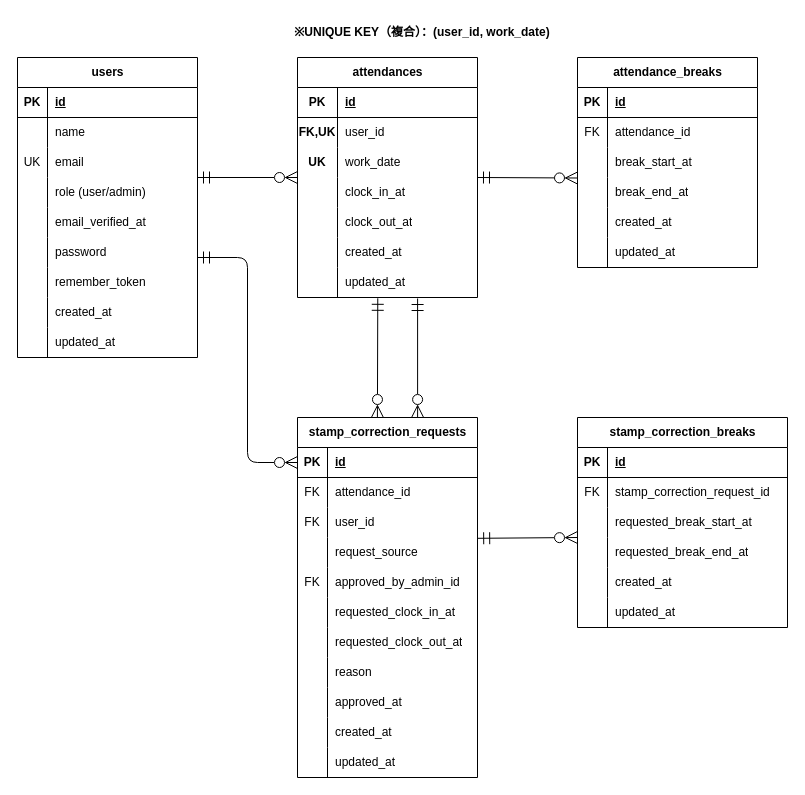
The draw.io diagram er_diagram.drawio in yakhrc5/Attendance-App, before the edit. Source tidied: cells renumbered, new cells numbered last; positions are measured from the earlier drawing's top-left corner, leaving out a move shared by most shapes. Both pictures are drawn from the tidied source at 100%, with x=0, y=0 at pixel (17, 17).
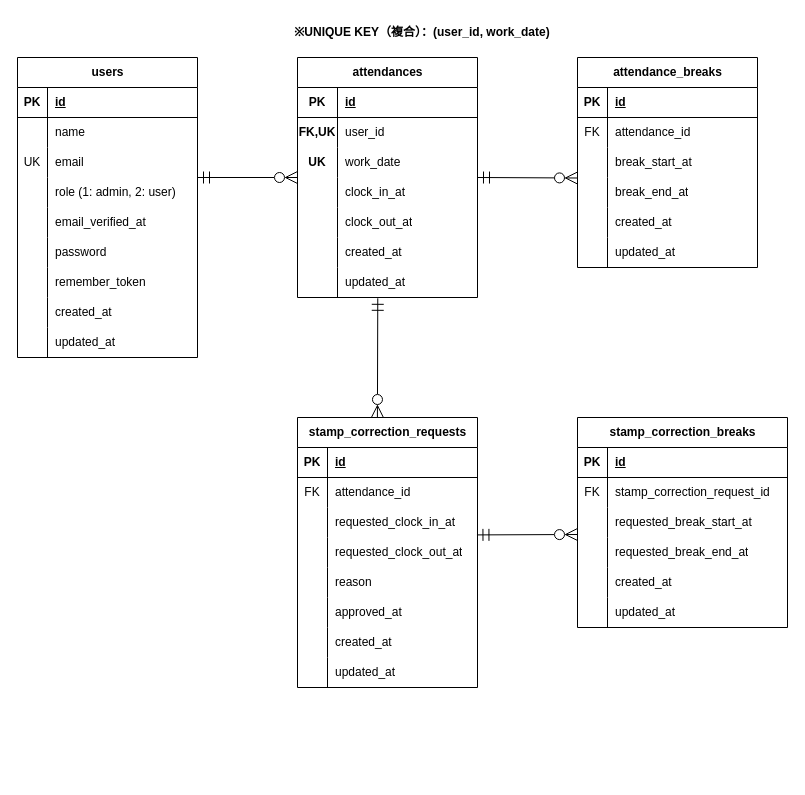
After the change.

The change refers to these unchanged cells:
```xml
<mxCell id="13" style="shape=tableRow;horizontal=0;startSize=0;swimlaneHead=0;swimlaneBody=0;fillColor=none;top=0;left=0;right=0;bottom=0;" parent="3" vertex="1">
  <mxGeometry y="120" width="180" height="30" as="geometry" />
</mxCell>
<mxCell id="19" style="shape=tableRow;horizontal=0;startSize=0;swimlaneHead=0;swimlaneBody=0;fillColor=none;points=[[0,0.5],[1,0.5]];portConstraint=eastwest;top=0;left=0;right=0;bottom=0;" parent="3" vertex="1">
  <mxGeometry y="180" width="180" height="30" as="geometry" />
</mxCell>
<mxCell id="51" style="shape=tableRow;horizontal=0;startSize=0;swimlaneHead=0;swimlaneBody=0;fillColor=none;points=[[0,0.5],[1,0.5]];portConstraint=eastwest;top=0;left=0;right=0;bottom=1;" parent="50" vertex="1">
  <mxGeometry y="30" width="180" height="30" as="geometry" />
</mxCell>
<mxCell id="94" style="shape=tableRow;horizontal=0;startSize=0;swimlaneHead=0;swimlaneBody=0;fillColor=none;points=[[0,0.5],[1,0.5]];portConstraint=eastwest;top=0;left=0;right=0;bottom=0;" parent="84" vertex="1">
  <mxGeometry y="120" width="210" height="30" as="geometry" />
</mxCell>
```

The edit, as a diff of the source:
```diff
@@
-    <mxCell id="2" style="edgeStyle=none;html=1;entryX=0;entryY=0.5;entryDx=0;entryDy=0;targetPerimeterSpacing=0;startArrow=ERmandOne;startFill=0;endArrow=ERzeroToMany;endFill=0;endSize=10;startSize=10;exitX=1;exitY=0.667;exitDx=0;exitDy=0;exitPerimeter=0;" parent="1" edge="1" source="19" target="51">
-      <mxGeometry relative="1" as="geometry">
-        <Array as="points">
-          <mxPoint x="230" y="240" />
-          <mxPoint x="230" y="445" />
-        </Array>
-      </mxGeometry>
-    </mxCell>
@@
-    <mxCell id="15" value="role&amp;nbsp;(user/admin)" style="shape=partialRectangle;fillColor=none;top=0;left=0;bottom=0;right=0;align=left;spacingLeft=6;overflow=hidden;whiteSpace=wrap;html=1;" parent="13" vertex="1">
+    <mxCell id="15" value="role&amp;nbsp;(1: admin, 2: user)" style="shape=partialRectangle;fillColor=none;top=0;left=0;bottom=0;right=0;align=left;spacingLeft=6;overflow=hidden;whiteSpace=wrap;html=1;" parent="13" vertex="1">
       <mxGeometry x="30" width="150" height="30" as="geometry" />
     </mxCell>
@@
     <mxCell id="50" value="stamp_correction_requests" style="shape=table;startSize=30;childLayout=tableLayout;rowLines=0;fontStyle=1;align=center;html=1;" parent="1" vertex="1">
-      <mxGeometry x="280" y="400" width="180" height="360" as="geometry" />
+      <mxGeometry x="280" y="400" width="180" height="270" as="geometry" />
     </mxCell>
@@
-    <mxCell id="57" style="shape=tableRow;horizontal=0;startSize=0;swimlaneHead=0;swimlaneBody=0;fillColor=none;points=[[0,0.5],[1,0.5]];portConstraint=eastwest;top=0;left=0;right=0;bottom=0;" parent="50" vertex="1">
-      <mxGeometry y="90" width="180" height="30" as="geometry" />
-    </mxCell>
-    <mxCell id="58" value="FK" style="shape=partialRectangle;fillColor=none;top=0;left=0;bottom=0;right=0;overflow=hidden;whiteSpace=wrap;html=1;" parent="57" vertex="1">
-      <mxGeometry width="30" height="30" as="geometry" />
-    </mxCell>
-    <mxCell id="59" value="user_id" style="shape=partialRectangle;fillColor=none;top=0;left=0;bottom=0;right=0;align=left;spacingLeft=6;overflow=hidden;whiteSpace=wrap;html=1;" parent="57" vertex="1">
-      <mxGeometry x="30" width="150" height="30" as="geometry" />
-    </mxCell>
-    <mxCell id="60" style="shape=tableRow;horizontal=0;startSize=0;swimlaneHead=0;swimlaneBody=0;fillColor=none;top=0;left=0;right=0;bottom=0;" parent="50" vertex="1">
-      <mxGeometry y="120" width="180" height="30" as="geometry" />
-    </mxCell>
-    <mxCell id="61" style="shape=partialRectangle;fillColor=none;top=0;left=0;bottom=0;right=0;overflow=hidden;whiteSpace=wrap;html=1;" parent="60" vertex="1">
-      <mxGeometry width="30" height="30" as="geometry" />
-    </mxCell>
-    <mxCell id="62" value="request_source" style="shape=partialRectangle;fillColor=none;top=0;left=0;bottom=0;right=0;align=left;spacingLeft=6;overflow=hidden;whiteSpace=wrap;html=1;" parent="60" vertex="1">
-      <mxGeometry x="30" width="150" height="30" as="geometry" />
-    </mxCell>
-    <mxCell id="63" style="shape=tableRow;horizontal=0;startSize=0;swimlaneHead=0;swimlaneBody=0;fillColor=none;top=0;left=0;right=0;bottom=0;" parent="50" vertex="1">
-      <mxGeometry y="150" width="180" height="30" as="geometry" />
-    </mxCell>
-    <mxCell id="64" value="FK" style="shape=partialRectangle;fillColor=none;top=0;left=0;bottom=0;right=0;overflow=hidden;whiteSpace=wrap;html=1;" parent="63" vertex="1">
-      <mxGeometry width="30" height="30" as="geometry" />
-    </mxCell>
-    <mxCell id="65" value="approved_by_admin_id&amp;nbsp;" style="shape=partialRectangle;fillColor=none;top=0;left=0;bottom=0;right=0;align=left;spacingLeft=6;overflow=hidden;whiteSpace=wrap;html=1;" parent="63" vertex="1">
-      <mxGeometry x="30" width="150" height="30" as="geometry" />
-    </mxCell>
     <mxCell id="66" style="shape=tableRow;horizontal=0;startSize=0;swimlaneHead=0;swimlaneBody=0;fillColor=none;top=0;left=0;right=0;bottom=0;" parent="50" vertex="1">
-      <mxGeometry y="180" width="180" height="30" as="geometry" />
+      <mxGeometry y="90" width="180" height="30" as="geometry" />
     </mxCell>
@@
     <mxCell id="69" style="shape=tableRow;horizontal=0;startSize=0;swimlaneHead=0;swimlaneBody=0;fillColor=none;points=[[0,0.5],[1,0.5]];portConstraint=eastwest;top=0;left=0;right=0;bottom=0;" parent="50" vertex="1">
-      <mxGeometry y="210" width="180" height="30" as="geometry" />
+      <mxGeometry y="120" width="180" height="30" as="geometry" />
     </mxCell>
@@
     <mxCell id="72" style="shape=tableRow;horizontal=0;startSize=0;swimlaneHead=0;swimlaneBody=0;fillColor=none;top=0;left=0;right=0;bottom=0;" parent="50" vertex="1">
-      <mxGeometry y="240" width="180" height="30" as="geometry" />
+      <mxGeometry y="150" width="180" height="30" as="geometry" />
     </mxCell>
@@
     <mxCell id="75" style="shape=tableRow;horizontal=0;startSize=0;swimlaneHead=0;swimlaneBody=0;fillColor=none;top=0;left=0;right=0;bottom=0;" parent="50" vertex="1">
-      <mxGeometry y="270" width="180" height="30" as="geometry" />
+      <mxGeometry y="180" width="180" height="30" as="geometry" />
     </mxCell>
@@
     <mxCell id="78" style="shape=tableRow;horizontal=0;startSize=0;swimlaneHead=0;swimlaneBody=0;fillColor=none;top=0;left=0;right=0;bottom=0;" parent="50" vertex="1">
-      <mxGeometry y="300" width="180" height="30" as="geometry" />
+      <mxGeometry y="210" width="180" height="30" as="geometry" />
     </mxCell>
@@
     <mxCell id="81" style="shape=tableRow;horizontal=0;startSize=0;swimlaneHead=0;swimlaneBody=0;fillColor=none;top=0;left=0;right=0;bottom=0;" parent="50" vertex="1">
-      <mxGeometry y="330" width="180" height="30" as="geometry" />
+      <mxGeometry y="240" width="180" height="30" as="geometry" />
     </mxCell>
@@
-    <mxCell id="129" style="edgeStyle=none;html=1;targetPerimeterSpacing=0;startArrow=ERzeroToMany;startFill=0;endArrow=ERmandOne;endFill=0;endSize=10;startSize=10;exitX=0;exitY=0;exitDx=0;exitDy=0;exitPerimeter=0;entryX=1.001;entryY=1.027;entryDx=0;entryDy=0;entryPerimeter=0;" parent="1" edge="1" source="94" target="57">
-      <mxGeometry relative="1" as="geometry" />
-    </mxCell>
@@
-    <mxCell id="131" style="edgeStyle=none;html=1;startArrow=ERmandOne;startFill=0;endArrow=ERzeroToMany;endFill=0;endSize=10;startSize=10;entryX=0.444;entryY=0;entryDx=0;entryDy=0;entryPerimeter=0;exitX=0.446;exitY=1.027;exitDx=0;exitDy=0;exitPerimeter=0;" parent="1" edge="1">
+    <mxCell id="131" style="edgeStyle=none;html=1;startArrow=ERmandOne;startFill=0;endArrow=ERzeroToMany;endFill=0;endSize=10;startSize=10;exitX=0.997;exitY=-0.086;exitDx=0;exitDy=0;exitPerimeter=0;" parent="1" edge="1" source="69">
       <mxGeometry relative="1" as="geometry">
-        <mxPoint x="400.1" y="281" as="sourcePoint" />
-        <mxPoint x="400.1" y="400" as="targetPoint" />
+        <mxPoint x="560" y="517" as="targetPoint" />
       </mxGeometry>
     </mxCell>
```
